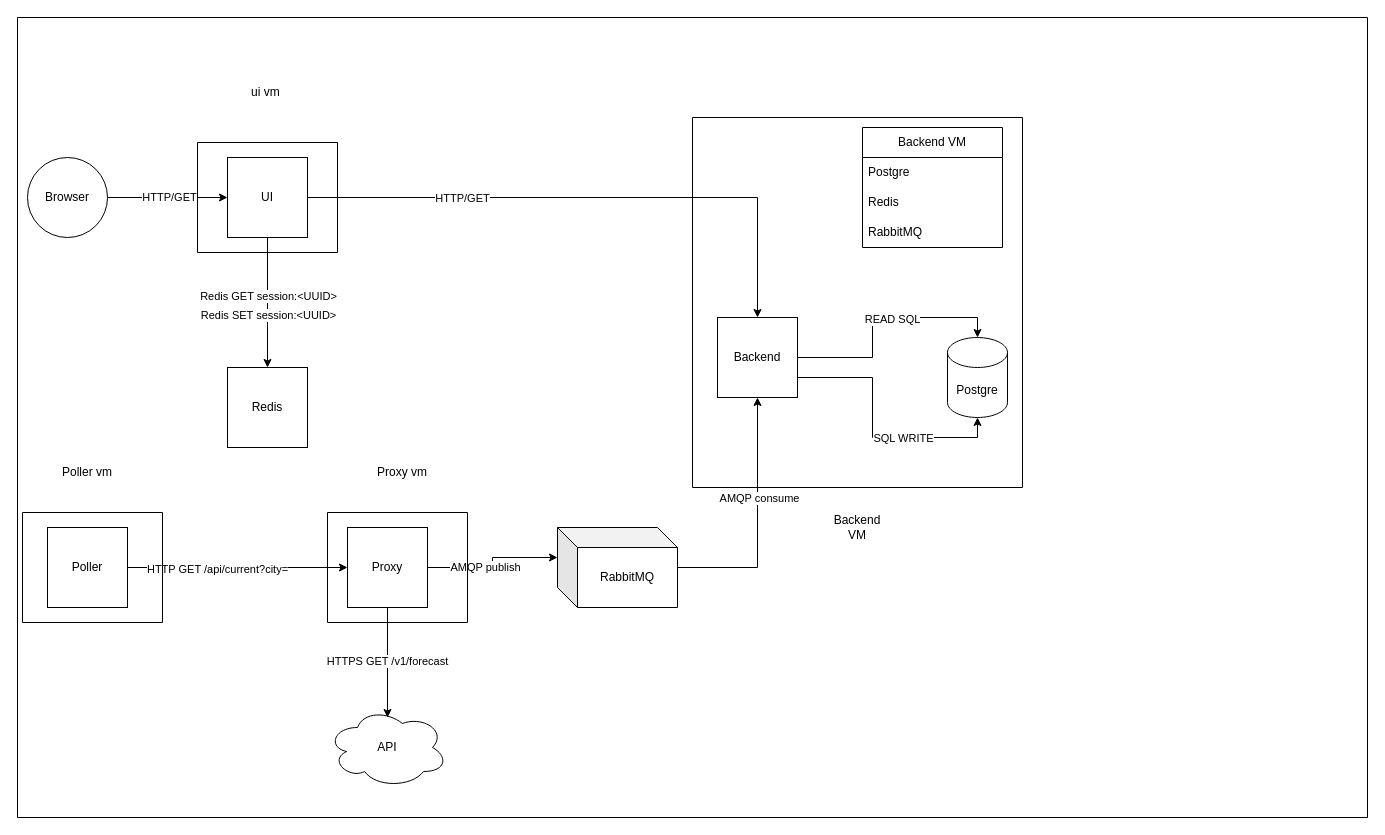
This is page "Architecture" (1 of 2) of Diagram.drawio from ua-academy-projects/push-and-pray, a draw.io file, before an edit. Source tidied: cells renumbered, new cells numbered last; positions are measured from the earlier drawing's top-left corner, leaving out a move shared by most shapes. Both pictures are drawn from the tidied source at 100%, with x=0, y=0 at pixel (17, 17).
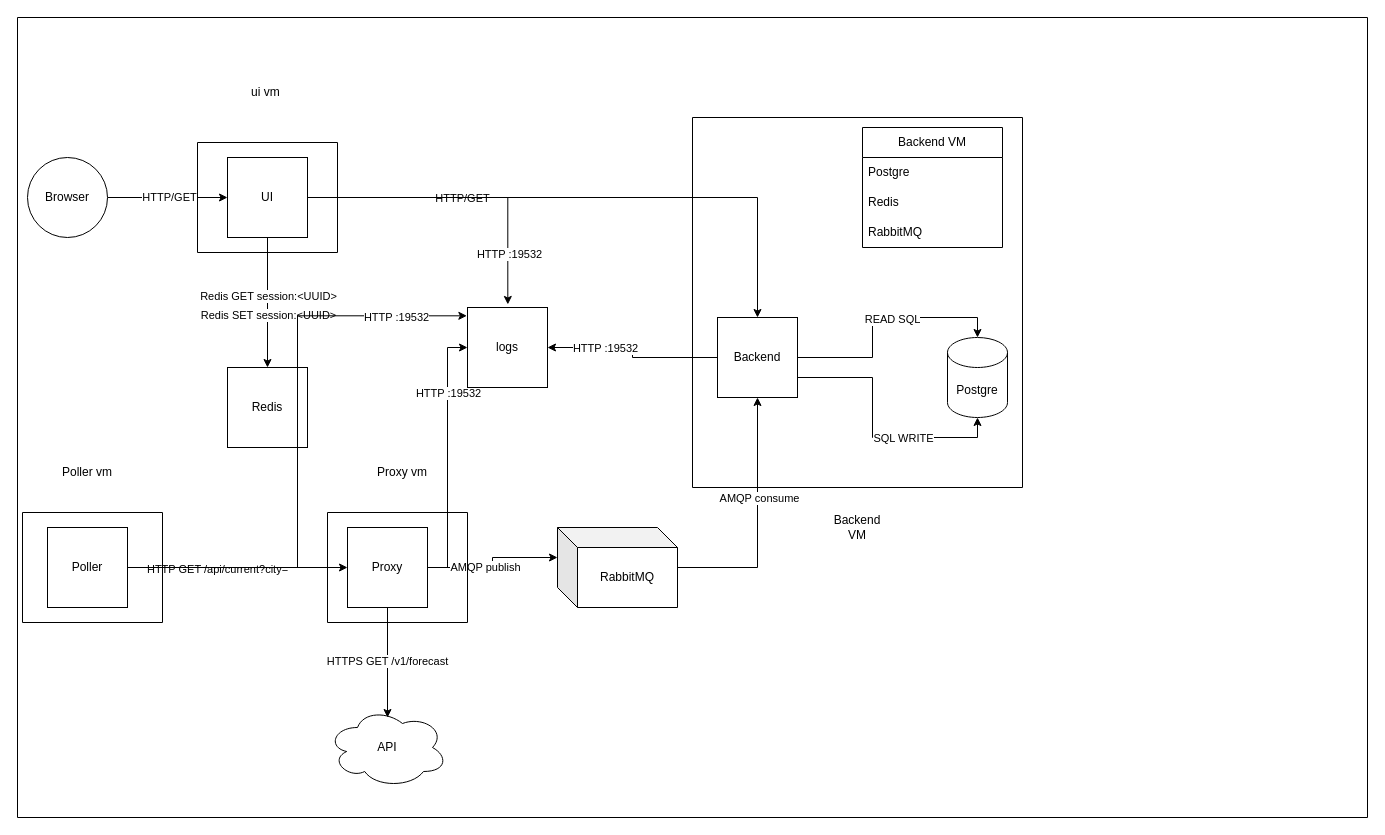
The same diagram, later.

Commit message (it also covers changes not shown here):
add logs vm adn collect logs from other vm

The change refers to these unchanged cells:
```xml
<mxCell id="2" style="swimlane;startSize=0;" parent="1" vertex="1">
  <mxGeometry width="1350" height="800" as="geometry" />
</mxCell>
<mxCell id="8" value="UI" style="whiteSpace=wrap;html=1;" parent="2" vertex="1">
  <mxGeometry x="210" y="140" width="80" height="80" as="geometry" />
</mxCell>
<mxCell id="9" value="Backend" style="whiteSpace=wrap;html=1;" parent="2" vertex="1">
  <mxGeometry x="700" y="300" width="80" height="80" as="geometry" />
</mxCell>
<mxCell id="14" value="Poller" style="whiteSpace=wrap;html=1;" parent="2" vertex="1">
  <mxGeometry x="30" y="510" width="80" height="80" as="geometry" />
</mxCell>
<mxCell id="15" value="Proxy" style="whiteSpace=wrap;html=1;" parent="2" vertex="1">
  <mxGeometry x="330" y="510" width="80" height="80" as="geometry" />
</mxCell>
```

What changed in the source:
```diff
@@
+    <mxCell id="43" style="edgeStyle=orthogonalEdgeStyle;rounded=0;jettySize=auto;html=1;entryX=1;entryY=0.5;entryDx=0;entryDy=0;" parent="2" edge="1" source="9" target="47">
+      <mxGeometry relative="1" as="geometry" />
+    </mxCell>
+    <mxCell id="44" value="HTTP :19532" style="edgeLabel;html=1;align=center;verticalAlign=middle;" parent="43" vertex="1">
+      <mxGeometry x="0.37" relative="1" as="geometry" />
+    </mxCell>
@@
+    <mxCell id="45" style="edgeStyle=orthogonalEdgeStyle;rounded=0;jettySize=auto;html=1;entryX=0;entryY=0.5;entryDx=0;entryDy=0;" parent="2" edge="1" source="15" target="47">
+      <mxGeometry relative="1" as="geometry" />
+    </mxCell>
+    <mxCell id="46" value="HTTP :19532" style="edgeLabel;html=1;align=center;verticalAlign=middle;" parent="45" vertex="1">
+      <mxGeometry x="0.5" relative="1" as="geometry" />
+    </mxCell>
@@
+    <mxCell id="47" value="logs" style="whiteSpace=wrap;html=1;" parent="2" vertex="1">
+      <mxGeometry x="450" y="290" width="80" height="80" as="geometry" />
+    </mxCell>
+    <mxCell id="48" style="edgeStyle=orthogonalEdgeStyle;rounded=0;jettySize=auto;html=1;entryX=0.504;entryY=-0.038;entryDx=0;entryDy=0;entryPerimeter=0;" parent="2" edge="1" source="8" target="47">
+      <mxGeometry relative="1" as="geometry" />
+    </mxCell>
+    <mxCell id="49" value="HTTP :19532" style="edgeLabel;html=1;align=center;verticalAlign=middle;" parent="48" vertex="1">
+      <mxGeometry x="0.67" y="1" relative="1" as="geometry" />
+    </mxCell>
+    <mxCell id="50" style="edgeStyle=orthogonalEdgeStyle;rounded=0;jettySize=auto;html=1;entryX=-0.008;entryY=0.104;entryDx=0;entryDy=0;entryPerimeter=0;" parent="2" edge="1" source="14" target="47">
+      <mxGeometry relative="1" as="geometry" />
+    </mxCell>
+    <mxCell id="51" value="HTTP :19532" style="edgeLabel;html=1;align=center;verticalAlign=middle;" parent="50" vertex="1">
+      <mxGeometry x="0.76" y="-1" relative="1" as="geometry" />
+    </mxCell>
```
